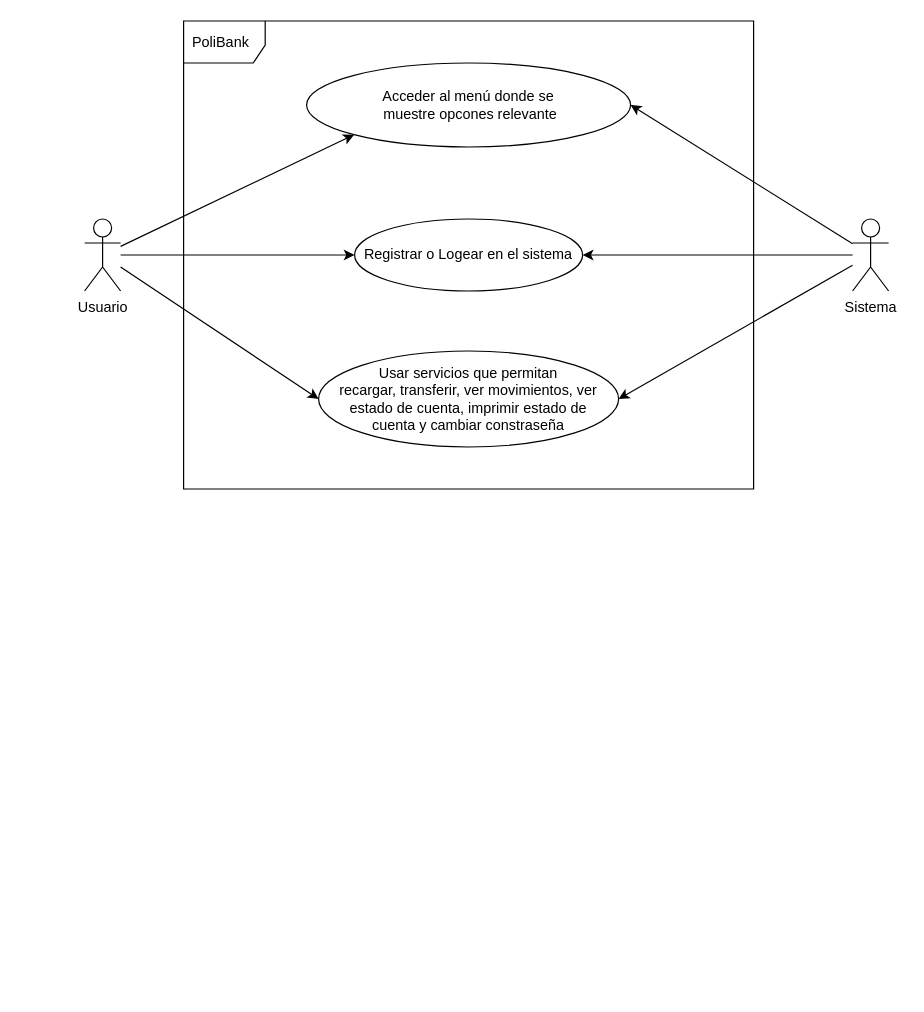
This is design/DiagramaCasoUso.drawio from Jhairzp27/Proyecto-final-grupo-4, a draw.io file, before an edit. Source tidied: cells renumbered, new cells numbered last; positions are measured from the earlier drawing's top-left corner, leaving out a move shared by most shapes. Both pictures are drawn from the tidied source at 120%, with x=0, y=0 at pixel (84, 20).
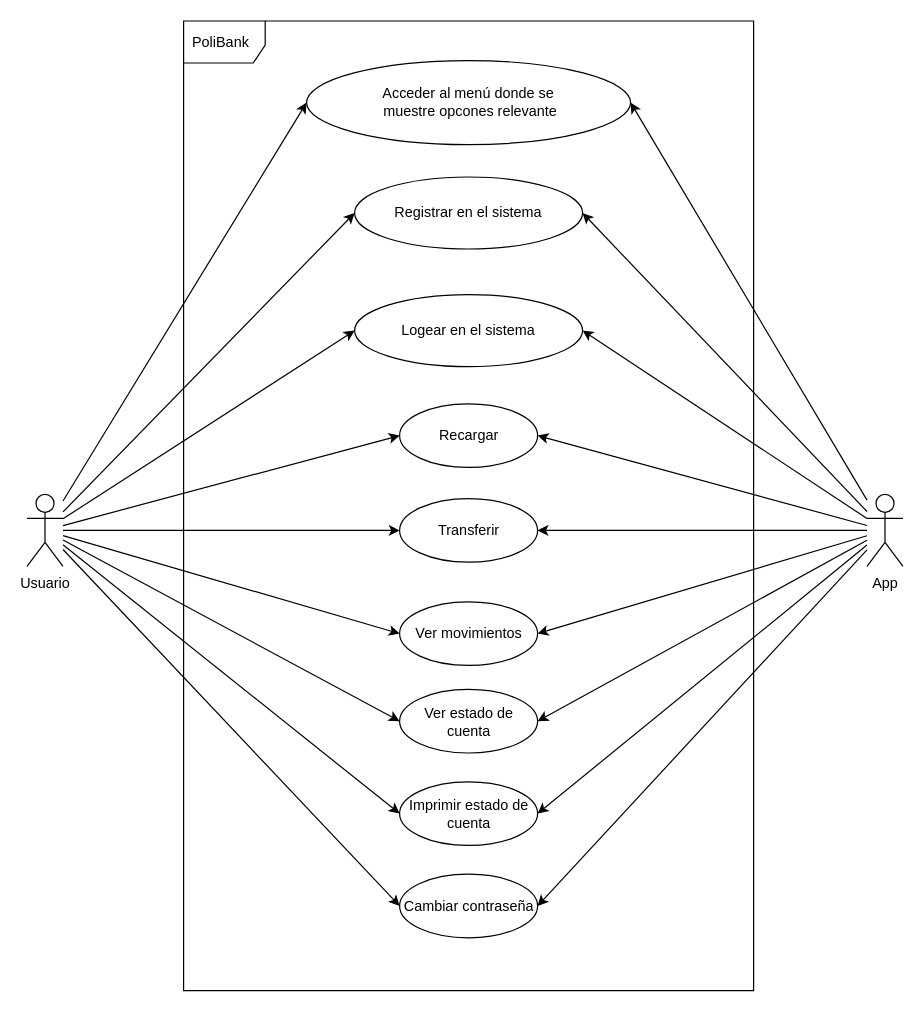
Above is the later version.

Commit message (it also covers changes not shown here):
Modificando diagramas

The edit, as a diff of the source:
```diff
@@
     <mxCell id="2" value="PoliBank" style="shape=umlFrame;whiteSpace=wrap;html=1;width=68;height=35;boundedLbl=1;verticalAlign=middle;align=left;spacingLeft=5;" parent="1" vertex="1">
-      <mxGeometry x="82.5" width="475" height="390" as="geometry" />
+      <mxGeometry x="82.5" width="475" height="808" as="geometry" />
     </mxCell>
@@
-    <mxCell id="4" style="edgeStyle=none;html=1;entryX=0;entryY=1;entryDx=0;entryDy=0;" parent="1" edge="1" source="6" target="11">
+    <mxCell id="4" style="edgeStyle=none;html=1;entryX=0;entryY=0.5;entryDx=0;entryDy=0;" parent="1" edge="1" source="6" target="11">
       <mxGeometry relative="1" as="geometry" />
     </mxCell>
@@
+    <mxCell id="14" style="edgeStyle=none;html=1;entryX=0;entryY=0.5;entryDx=0;entryDy=0;" parent="1" edge="1" source="6" target="26">
+      <mxGeometry relative="1" as="geometry" />
+    </mxCell>
+    <mxCell id="15" style="edgeStyle=none;html=1;entryX=0;entryY=0.5;entryDx=0;entryDy=0;" parent="1" edge="1" source="6" target="27">
+      <mxGeometry relative="1" as="geometry" />
+    </mxCell>
+    <mxCell id="16" style="edgeStyle=none;html=1;entryX=0;entryY=0.5;entryDx=0;entryDy=0;" parent="1" edge="1" source="6" target="28">
+      <mxGeometry relative="1" as="geometry" />
+    </mxCell>
+    <mxCell id="17" style="edgeStyle=none;html=1;entryX=0;entryY=0.5;entryDx=0;entryDy=0;" parent="1" edge="1" source="6" target="29">
+      <mxGeometry relative="1" as="geometry" />
+    </mxCell>
+    <mxCell id="18" style="edgeStyle=none;html=1;entryX=0;entryY=0.5;entryDx=0;entryDy=0;" parent="1" edge="1" source="6" target="30">
+      <mxGeometry relative="1" as="geometry" />
+    </mxCell>
+    <mxCell id="19" style="edgeStyle=none;html=1;entryX=0;entryY=0.5;entryDx=0;entryDy=0;" parent="1" edge="1" source="6" target="31">
+      <mxGeometry relative="1" as="geometry" />
+    </mxCell>
     <mxCell id="6" value="Usuario" style="shape=umlActor;verticalLabelPosition=bottom;verticalAlign=top;html=1;outlineConnect=0;" parent="1" vertex="1">
-      <mxGeometry y="165" width="30" height="60" as="geometry" />
+      <mxGeometry x="-48" y="394.5" width="30" height="60" as="geometry" />
     </mxCell>
@@
+    <mxCell id="20" style="edgeStyle=none;html=1;entryX=1;entryY=0.5;entryDx=0;entryDy=0;" parent="1" edge="1" source="10" target="26">
+      <mxGeometry relative="1" as="geometry" />
+    </mxCell>
+    <mxCell id="21" style="edgeStyle=none;html=1;entryX=1;entryY=0.5;entryDx=0;entryDy=0;" parent="1" edge="1" source="10" target="27">
+      <mxGeometry relative="1" as="geometry" />
+    </mxCell>
+    <mxCell id="22" style="edgeStyle=none;html=1;entryX=1;entryY=0.5;entryDx=0;entryDy=0;" parent="1" edge="1" source="10" target="28">
+      <mxGeometry relative="1" as="geometry" />
+    </mxCell>
+    <mxCell id="23" style="edgeStyle=none;html=1;entryX=1;entryY=0.5;entryDx=0;entryDy=0;" parent="1" edge="1" source="10" target="29">
+      <mxGeometry relative="1" as="geometry" />
+    </mxCell>
+    <mxCell id="24" style="edgeStyle=none;html=1;entryX=1;entryY=0.5;entryDx=0;entryDy=0;" parent="1" edge="1" source="10" target="30">
+      <mxGeometry relative="1" as="geometry" />
+    </mxCell>
+    <mxCell id="25" style="edgeStyle=none;html=1;entryX=1;entryY=0.5;entryDx=0;entryDy=0;" parent="1" edge="1" source="10" target="31">
+      <mxGeometry relative="1" as="geometry" />
+    </mxCell>
-    <mxCell id="10" value="Sistema" style="shape=umlActor;verticalLabelPosition=bottom;verticalAlign=top;html=1;outlineConnect=0;" parent="1" vertex="1">
-      <mxGeometry x="640" y="165" width="30" height="60" as="geometry" />
+    <mxCell id="10" value="App" style="shape=umlActor;verticalLabelPosition=bottom;verticalAlign=top;html=1;outlineConnect=0;" parent="1" vertex="1">
+      <mxGeometry x="652" y="394.5" width="30" height="60" as="geometry" />
     </mxCell>
     <mxCell id="11" value="Acceder al menú donde se&lt;br&gt;&amp;nbsp;muestre opcones relevante" style="ellipse;whiteSpace=wrap;html=1;" parent="1" vertex="1">
-      <mxGeometry x="185" y="35" width="270" height="70" as="geometry" />
+      <mxGeometry x="185" y="33" width="270" height="70" as="geometry" />
     </mxCell>
-    <mxCell id="12" value="Registrar o Logear en el sistema" style="ellipse;whiteSpace=wrap;html=1;" parent="1" vertex="1">
-      <mxGeometry x="225" y="165" width="190" height="60" as="geometry" />
+    <mxCell id="12" value="Registrar en el sistema" style="ellipse;whiteSpace=wrap;html=1;" parent="1" vertex="1">
+      <mxGeometry x="225" y="130" width="190" height="60" as="geometry" />
     </mxCell>
-    <mxCell id="13" value="Usar servicios que permitan&lt;br&gt;recargar, transferir, ver movimientos, ver estado de cuenta, imprimir estado de &lt;br&gt;cuenta y cambiar constraseña" style="ellipse;whiteSpace=wrap;html=1;" parent="1" vertex="1">
-      <mxGeometry x="195" y="275" width="250" height="80" as="geometry" />
+    <mxCell id="13" value="Recargar" style="ellipse;whiteSpace=wrap;html=1;" parent="1" vertex="1">
+      <mxGeometry x="262.5" y="319" width="115" height="53" as="geometry" />
     </mxCell>
+    <mxCell id="26" value="Logear en el sistema" style="ellipse;whiteSpace=wrap;html=1;" parent="1" vertex="1">
+      <mxGeometry x="225" y="228" width="190" height="60" as="geometry" />
+    </mxCell>
+    <mxCell id="27" value="Transferir" style="ellipse;whiteSpace=wrap;html=1;" parent="1" vertex="1">
+      <mxGeometry x="262.5" y="398" width="115" height="53" as="geometry" />
+    </mxCell>
+    <mxCell id="28" value="Ver movimientos" style="ellipse;whiteSpace=wrap;html=1;" parent="1" vertex="1">
+      <mxGeometry x="262.5" y="484" width="115" height="53" as="geometry" />
+    </mxCell>
+    <mxCell id="29" value="Ver estado de cuenta" style="ellipse;whiteSpace=wrap;html=1;" parent="1" vertex="1">
+      <mxGeometry x="262.5" y="557" width="115" height="53" as="geometry" />
+    </mxCell>
+    <mxCell id="30" value="Imprimir estado de cuenta" style="ellipse;whiteSpace=wrap;html=1;" parent="1" vertex="1">
+      <mxGeometry x="262.5" y="634" width="115" height="53" as="geometry" />
+    </mxCell>
+    <mxCell id="31" value="Cambiar contraseña" style="ellipse;whiteSpace=wrap;html=1;" parent="1" vertex="1">
+      <mxGeometry x="262.5" y="711" width="115" height="53" as="geometry" />
+    </mxCell>
```
